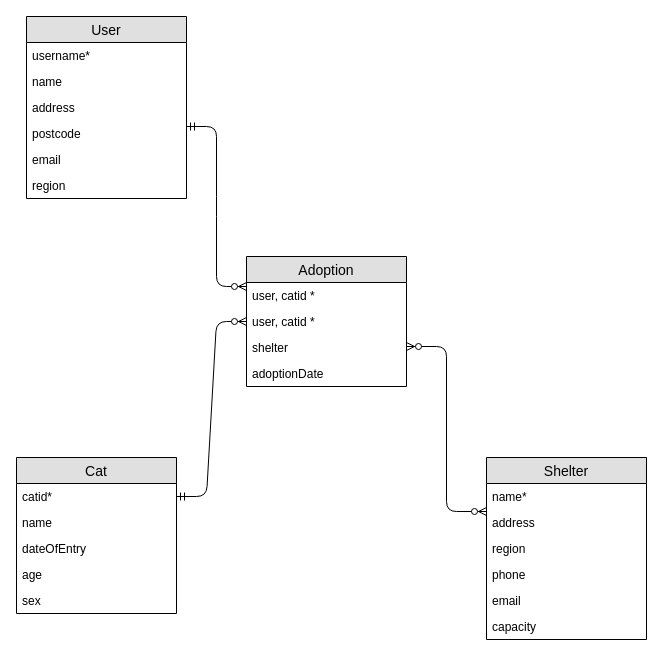
Earlier version of the draw.io diagram Part I/Untitled Diagram.drawio (EeveeT/SQL). Source tidied: cells renumbered, new cells numbered last; positions are measured from the earlier drawing's top-left corner, leaving out a move shared by most shapes. Both pictures are drawn from the tidied source at 100%, with x=0, y=0 at pixel (16, 16).
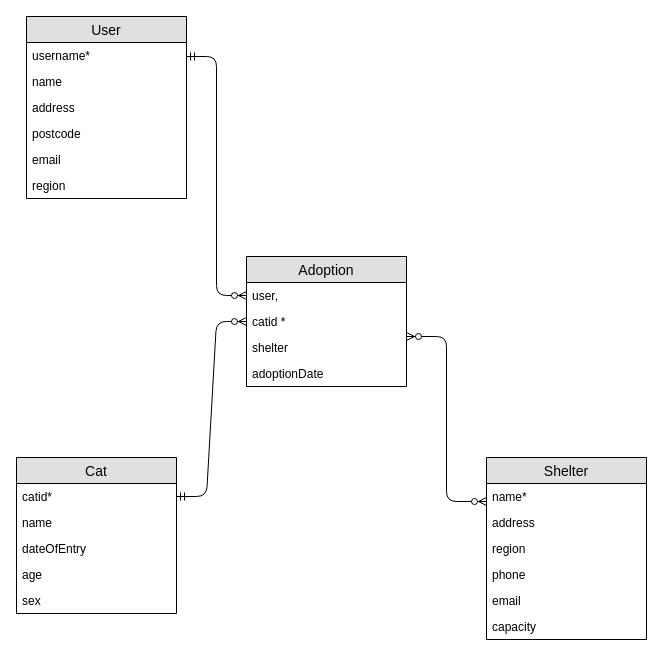
The same diagram, later.

The change refers to these unchanged cells:
```xml
<mxCell id="11" value="catid*" style="text;strokeColor=none;fillColor=none;spacingLeft=4;spacingRight=4;overflow=hidden;points=[[0,0.5],[1,0.5]];portConstraint=eastwest;fontSize=12;" parent="10" vertex="1">
  <mxGeometry y="26" width="160" height="26" as="geometry" />
</mxCell>
<mxCell id="16" value="Adoption" style="swimlane;fontStyle=0;horizontal=1;startSize=26;fillColor=#e0e0e0;swimlaneFillColor=#ffffff;align=center;fontSize=14;" parent="1" vertex="1">
  <mxGeometry x="230" y="240" width="160" height="130" as="geometry" />
</mxCell>
```

The edit, as a diff of the source:
```diff
@@
-    <mxCell id="2" style="edgeStyle=entityRelationEdgeStyle;fontSize=12;html=1;endArrow=ERzeroToMany;exitX=1;exitY=0.5;exitDx=0;exitDy=0;endFill=1;startArrow=ERmandOne;startFill=0;entryX=0;entryY=0.5;entryDx=0;entryDy=0;" parent="1" edge="1" source="11" target="18">
-      <mxGeometry relative="1" as="geometry" />
+    <mxCell id="2" style="edgeStyle=entityRelationEdgeStyle;fontSize=12;html=1;endArrow=ERzeroToMany;exitX=1;exitY=0.5;exitDx=0;exitDy=0;endFill=1;startArrow=ERmandOne;startFill=0;entryX=0;entryY=0.5;entryDx=0;entryDy=0;" parent="1" edge="1" source="11">
+      <mxGeometry relative="1" as="geometry">
+        <mxPoint x="230" y="305" as="targetPoint" />
+      </mxGeometry>
     </mxCell>
@@
-    <mxCell id="17" value="user, catid *" style="text;strokeColor=none;fillColor=none;spacingLeft=4;spacingRight=4;overflow=hidden;points=[[0,0.5],[1,0.5]];portConstraint=eastwest;fontSize=12;" parent="16" vertex="1">
+    <mxCell id="17" value="user, " style="text;strokeColor=none;fillColor=none;spacingLeft=4;spacingRight=4;overflow=hidden;points=[[0,0.5],[1,0.5]];portConstraint=eastwest;fontSize=12;" parent="16" vertex="1">
       <mxGeometry y="26" width="160" height="26" as="geometry" />
     </mxCell>
-    <mxCell id="18" value="user, catid *" style="text;strokeColor=none;fillColor=none;spacingLeft=4;spacingRight=4;overflow=hidden;points=[[0,0.5],[1,0.5]];portConstraint=eastwest;fontSize=12;" parent="16" vertex="1">
-      <mxGeometry y="52" width="160" height="26" as="geometry" />
-    </mxCell>
-    <mxCell id="19" value="shelter" style="text;strokeColor=none;fillColor=none;spacingLeft=4;spacingRight=4;overflow=hidden;fontSize=12;" parent="16" vertex="1">
-      <mxGeometry y="78" width="160" height="26" as="geometry" />
+    <mxCell id="19" value="catid *" style="text;strokeColor=none;fillColor=none;spacingLeft=4;spacingRight=4;overflow=hidden;fontSize=12;" parent="16" vertex="1">
+      <mxGeometry y="52" width="160" height="26" as="geometry" />
     </mxCell>
+    <mxCell id="30" value="shelter" style="text;strokeColor=none;fillColor=none;spacingLeft=4;spacingRight=4;overflow=hidden;fontSize=12;" parent="16" vertex="1">
+      <mxGeometry y="78" width="160" height="26" as="geometry" />
+    </mxCell>
@@
-    <mxCell id="21" style="edgeStyle=entityRelationEdgeStyle;fontSize=12;html=1;endArrow=ERzeroToMany;startArrow=ERmandOne;startFill=0;" parent="1" edge="1">
+    <mxCell id="21" style="edgeStyle=entityRelationEdgeStyle;fontSize=12;html=1;endArrow=ERzeroToMany;startArrow=ERmandOne;startFill=0;entryX=0;entryY=0.5;entryDx=0;entryDy=0;" parent="1" edge="1" target="17">
       <mxGeometry relative="1" as="geometry">
-        <mxPoint x="170" y="110" as="sourcePoint" />
-        <mxPoint x="230" y="270" as="targetPoint" />
+        <mxPoint x="170" y="40" as="sourcePoint" />
       </mxGeometry>
     </mxCell>
     <mxCell id="22" style="edgeStyle=elbowEdgeStyle;fontSize=12;html=1;endArrow=ERzeroToMany;exitX=1;exitY=0.5;exitDx=0;exitDy=0;endFill=1;startArrow=ERzeroToMany;startFill=1;" parent="1" edge="1">
       <mxGeometry relative="1" as="geometry">
-        <mxPoint x="470" y="495" as="sourcePoint" />
-        <mxPoint x="390" y="330" as="targetPoint" />
+        <mxPoint x="470" y="485" as="sourcePoint" />
+        <mxPoint x="390" y="320" as="targetPoint" />
       </mxGeometry>
     </mxCell>
```
